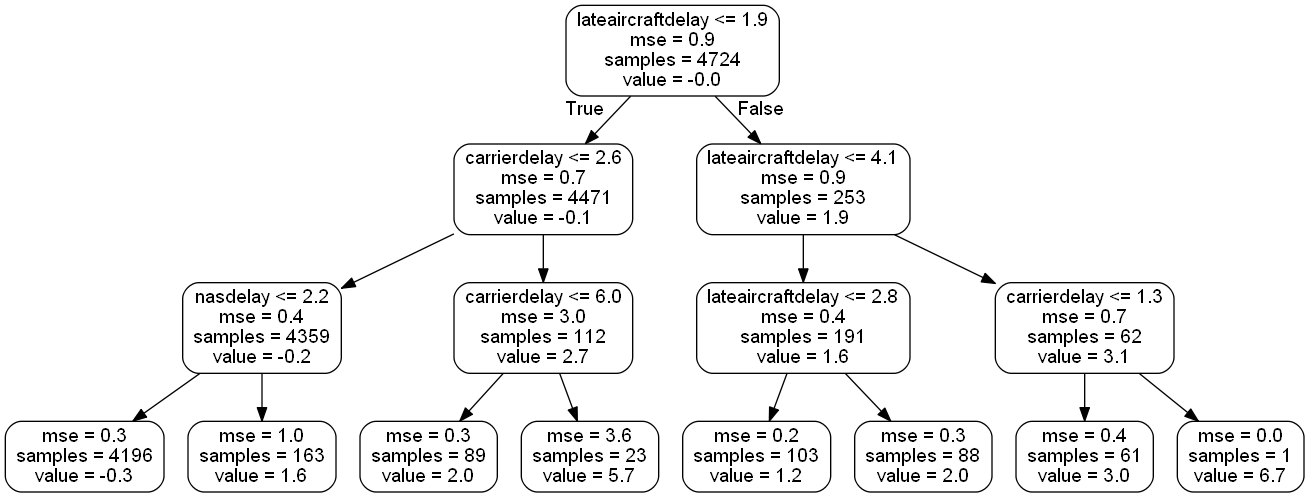
Before: S12_T01/small_tree.png, a diagram exported from Graphviz (Yms002/Ejercicios). Its source is kept beside it as S12_T01/small_tree.dot.
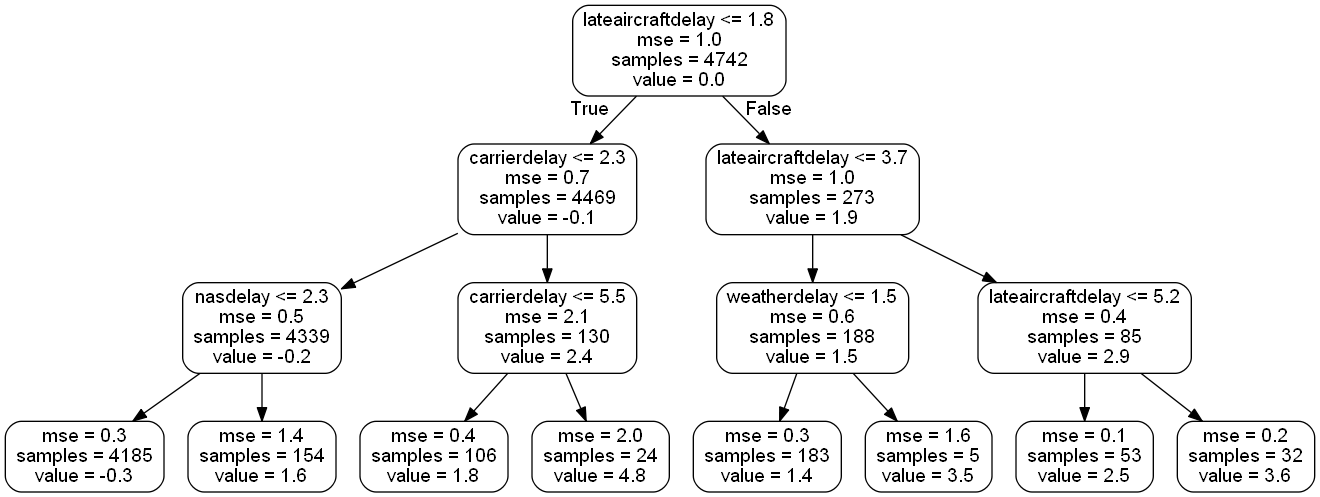
After the change.

Change to the diagram source:
```diff
@@ -1,33 +1,33 @@
 digraph Tree {
 node [shape=box, style="rounded", color="black", fontname=helvetica] ;
 edge [fontname=helvetica] ;
-0 [label="lateaircraftdelay <= 1.9\nmse = 0.9\nsamples = 4724\nvalue = -0.0"] ;
-1 [label="carrierdelay <= 2.6\nmse = 0.7\nsamples = 4471\nvalue = -0.1"] ;
+0 [label="lateaircraftdelay <= 1.8\nmse = 1.0\nsamples = 4742\nvalue = 0.0"] ;
+1 [label="carrierdelay <= 2.3\nmse = 0.7\nsamples = 4469\nvalue = -0.1"] ;
 0 -> 1 [labeldistance=2.5, labelangle=45, headlabel="True"] ;
-2 [label="nasdelay <= 2.2\nmse = 0.4\nsamples = 4359\nvalue = -0.2"] ;
+2 [label="nasdelay <= 2.3\nmse = 0.5\nsamples = 4339\nvalue = -0.2"] ;
 1 -> 2 ;
-3 [label="mse = 0.3\nsamples = 4196\nvalue = -0.3"] ;
+3 [label="mse = 0.3\nsamples = 4185\nvalue = -0.3"] ;
 2 -> 3 ;
-4 [label="mse = 1.0\nsamples = 163\nvalue = 1.6"] ;
+4 [label="mse = 1.4\nsamples = 154\nvalue = 1.6"] ;
 2 -> 4 ;
-5 [label="carrierdelay <= 6.0\nmse = 3.0\nsamples = 112\nvalue = 2.7"] ;
+5 [label="carrierdelay <= 5.5\nmse = 2.1\nsamples = 130\nvalue = 2.4"] ;
 1 -> 5 ;
-6 [label="mse = 0.3\nsamples = 89\nvalue = 2.0"] ;
+6 [label="mse = 0.4\nsamples = 106\nvalue = 1.8"] ;
 5 -> 6 ;
-7 [label="mse = 3.6\nsamples = 23\nvalue = 5.7"] ;
+7 [label="mse = 2.0\nsamples = 24\nvalue = 4.8"] ;
 5 -> 7 ;
-8 [label="lateaircraftdelay <= 4.1\nmse = 0.9\nsamples = 253\nvalue = 1.9"] ;
+8 [label="lateaircraftdelay <= 3.7\nmse = 1.0\nsamples = 273\nvalue = 1.9"] ;
 0 -> 8 [labeldistance=2.5, labelangle=-45, headlabel="False"] ;
-9 [label="lateaircraftdelay <= 2.8\nmse = 0.4\nsamples = 191\nvalue = 1.6"] ;
+9 [label="weatherdelay <= 1.5\nmse = 0.6\nsamples = 188\nvalue = 1.5"] ;
 8 -> 9 ;
-10 [label="mse = 0.2\nsamples = 103\nvalue = 1.2"] ;
+10 [label="mse = 0.3\nsamples = 183\nvalue = 1.4"] ;
 9 -> 10 ;
-11 [label="mse = 0.3\nsamples = 88\nvalue = 2.0"] ;
+11 [label="mse = 1.6\nsamples = 5\nvalue = 3.5"] ;
 9 -> 11 ;
-12 [label="carrierdelay <= 1.3\nmse = 0.7\nsamples = 62\nvalue = 3.1"] ;
+12 [label="lateaircraftdelay <= 5.2\nmse = 0.4\nsamples = 85\nvalue = 2.9"] ;
 8 -> 12 ;
-13 [label="mse = 0.4\nsamples = 61\nvalue = 3.0"] ;
+13 [label="mse = 0.1\nsamples = 53\nvalue = 2.5"] ;
 12 -> 13 ;
-14 [label="mse = 0.0\nsamples = 1\nvalue = 6.7"] ;
+14 [label="mse = 0.2\nsamples = 32\nvalue = 3.6"] ;
 12 -> 14 ;
 }
```
